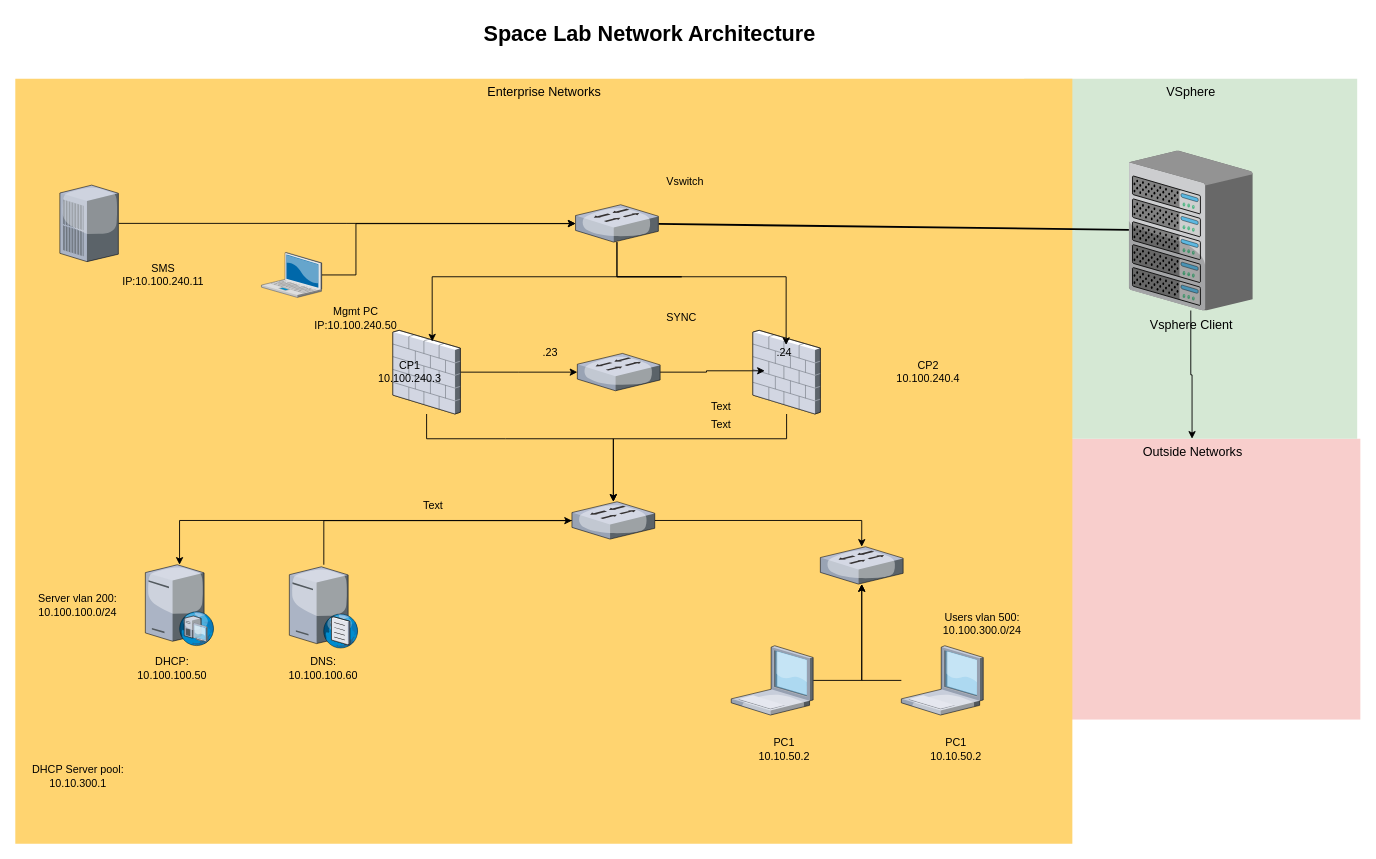
This is spacelab.drawio from Tsakaloos/Space-LAB, a draw.io file, before an edit. Source tidied: cells renumbered, new cells numbered last; positions are measured from the earlier drawing's top-left corner, leaving out a move shared by most shapes. Both pictures are drawn from the tidied source at 90%, with x=0, y=0 at pixel (15, 15).
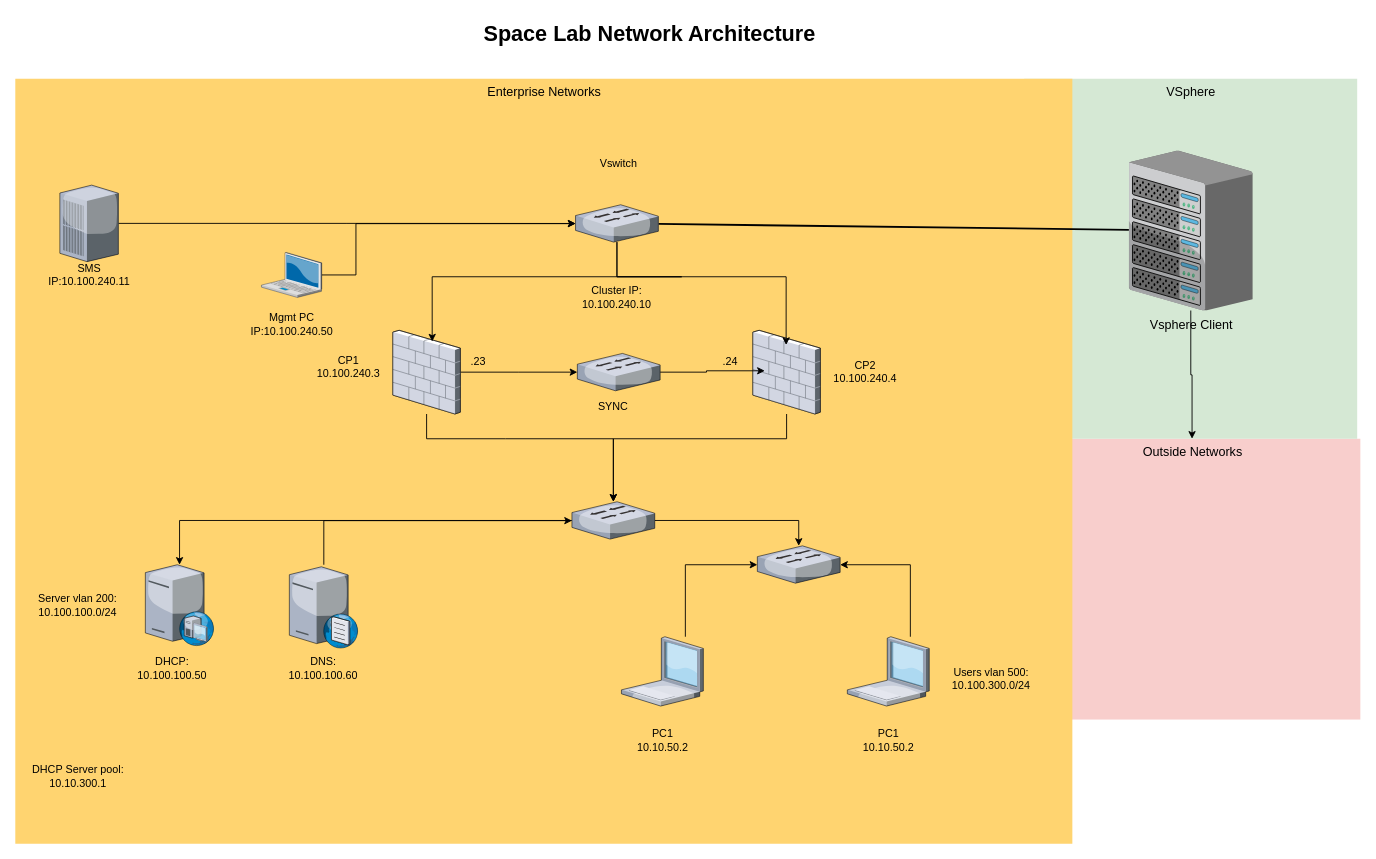
The same page after the edit.

Change to the diagram source:
```diff
@@
     <mxCell id="19" value="&lt;div&gt;CP1&lt;/div&gt;10.100.240.3" style="text;html=1;align=center;verticalAlign=middle;whiteSpace=wrap;rounded=0;" parent="1" vertex="1">
-      <mxGeometry x="407.5" y="381" width="60" height="30" as="geometry" />
+      <mxGeometry x="340" y="375.2" width="60" height="30" as="geometry" />
     </mxCell>
     <mxCell id="20" value="&lt;div&gt;SMS&lt;/div&gt;&lt;div&gt;IP:10.100.240.11&lt;/div&gt;" style="text;html=1;align=center;verticalAlign=middle;whiteSpace=wrap;rounded=0;" parent="1" vertex="1">
-      <mxGeometry x="134" y="273" width="60" height="30" as="geometry" />
+      <mxGeometry x="51.5" y="273.2" width="60" height="30" as="geometry" />
     </mxCell>
     <mxCell id="21" value="&lt;div&gt;Mgmt PC&lt;/div&gt;&lt;div&gt;IP:10.100.240.50&lt;/div&gt;" style="text;html=1;align=center;verticalAlign=middle;whiteSpace=wrap;rounded=0;" parent="1" vertex="1">
-      <mxGeometry x="347.5" y="321" width="60" height="30" as="geometry" />
+      <mxGeometry x="276.5" y="327.5" width="60" height="30" as="geometry" />
     </mxCell>
     <mxCell id="22" value="&lt;div&gt;CP2&lt;/div&gt;10.100.240.4" style="text;html=1;align=center;verticalAlign=middle;whiteSpace=wrap;rounded=0;" parent="1" vertex="1">
-      <mxGeometry x="984" y="381" width="60" height="30" as="geometry" />
+      <mxGeometry x="914" y="381" width="60" height="30" as="geometry" />
     </mxCell>
@@
     <mxCell id="25" value="SYNC" style="text;html=1;align=center;verticalAlign=middle;whiteSpace=wrap;rounded=0;" parent="1" vertex="1">
-      <mxGeometry x="710" y="321" width="60" height="30" as="geometry" />
+      <mxGeometry x="634" y="420" width="60" height="30" as="geometry" />
     </mxCell>
@@
     <mxCell id="29" value=".23" style="text;html=1;align=center;verticalAlign=middle;whiteSpace=wrap;rounded=0;" parent="1" vertex="1">
-      <mxGeometry x="564" y="360" width="60" height="30" as="geometry" />
+      <mxGeometry x="484" y="370" width="60" height="30" as="geometry" />
     </mxCell>
@@
     <mxCell id="32" value=".24" style="text;html=1;align=center;verticalAlign=middle;whiteSpace=wrap;rounded=0;" parent="1" vertex="1">
-      <mxGeometry x="824" y="360" width="60" height="30" as="geometry" />
+      <mxGeometry x="764" y="370" width="60" height="30" as="geometry" />
     </mxCell>
     <mxCell id="33" value="Vswitch" style="text;html=1;align=center;verticalAlign=middle;whiteSpace=wrap;rounded=0;" parent="1" vertex="1">
-      <mxGeometry x="714" y="170" width="60" height="30" as="geometry" />
+      <mxGeometry x="640" y="150" width="60" height="30" as="geometry" />
     </mxCell>
     <mxCell id="34" style="verticalLabelPosition=bottom;sketch=0;html=1;verticalAlign=top;strokeColor=none;align=center;outlineConnect=0;shape=mxgraph.citrix.switch;" parent="1" vertex="1">
-      <mxGeometry x="894" y="590" width="92" height="41.5" as="geometry" />
+      <mxGeometry x="824" y="589" width="92" height="41.5" as="geometry" />
     </mxCell>
@@
     <mxCell id="37" style="edgeStyle=orthogonalEdgeStyle;rounded=0;jettySize=auto;html=1;" parent="1" edge="1" source="38" target="34">
-      <mxGeometry relative="1" as="geometry" />
+      <mxGeometry relative="1" as="geometry">
+        <Array as="points">
+          <mxPoint x="744" y="610" />
+        </Array>
+      </mxGeometry>
     </mxCell>
     <mxCell id="38" style="verticalLabelPosition=bottom;sketch=0;html=1;verticalAlign=top;strokeColor=none;align=center;outlineConnect=0;shape=mxgraph.citrix.laptop_1;" parent="1" vertex="1">
-      <mxGeometry x="795" y="700" width="91" height="77" as="geometry" />
+      <mxGeometry x="673" y="690" width="91" height="77" as="geometry" />
     </mxCell>
     <mxCell id="39" style="edgeStyle=orthogonalEdgeStyle;rounded=0;jettySize=auto;html=1;" parent="1" edge="1" source="40" target="34">
       <mxGeometry relative="1" as="geometry">
         <Array as="points">
-          <mxPoint x="940" y="739" />
+          <mxPoint x="994" y="610" />
         </Array>
       </mxGeometry>
     </mxCell>
     <mxCell id="40" style="verticalLabelPosition=bottom;sketch=0;html=1;verticalAlign=top;strokeColor=none;align=center;outlineConnect=0;shape=mxgraph.citrix.laptop_1;" parent="1" vertex="1">
-      <mxGeometry x="984" y="700" width="91" height="77" as="geometry" />
+      <mxGeometry x="924" y="690" width="91" height="77" as="geometry" />
     </mxCell>
@@
-    <mxCell id="43" value="Text" style="text;html=1;align=center;verticalAlign=middle;whiteSpace=wrap;rounded=0;" parent="1" vertex="1">
-      <mxGeometry x="754" y="420" width="60" height="30" as="geometry" />
-    </mxCell>
@@
-    <mxCell id="45" value="Text" style="text;html=1;align=center;verticalAlign=middle;whiteSpace=wrap;rounded=0;" parent="1" vertex="1">
-      <mxGeometry x="434" y="530" width="60" height="30" as="geometry" />
-    </mxCell>
@@
     <mxCell id="47" value="Users vlan 500: 10.100.300.0/24" style="text;html=1;align=center;verticalAlign=middle;whiteSpace=wrap;rounded=0;" parent="1" vertex="1">
-      <mxGeometry x="1044" y="661" width="60" height="30" as="geometry" />
+      <mxGeometry x="1054" y="707" width="60" height="60" as="geometry" />
     </mxCell>
-    <mxCell id="48" value="Text" style="text;html=1;align=center;verticalAlign=middle;whiteSpace=wrap;rounded=0;" parent="1" vertex="1">
-      <mxGeometry x="754" y="440" width="60" height="30" as="geometry" />
+    <mxCell id="48" value="Cluster IP: 10.100.240.10" style="text;html=1;align=center;verticalAlign=middle;whiteSpace=wrap;rounded=0;" parent="1" vertex="1">
+      <mxGeometry x="638" y="297.5" width="60" height="30" as="geometry" />
     </mxCell>
     <mxCell id="49" value="&lt;div&gt;PC1&lt;/div&gt;&lt;div&gt;10.10.50.2&lt;/div&gt;" style="text;html=1;align=center;verticalAlign=middle;whiteSpace=wrap;rounded=0;" parent="1" vertex="1">
-      <mxGeometry x="824" y="800" width="60" height="30" as="geometry" />
+      <mxGeometry x="688.5" y="790" width="60" height="30" as="geometry" />
     </mxCell>
@@
     <mxCell id="51" value="&lt;div&gt;PC1&lt;/div&gt;&lt;div&gt;10.10.50.2&lt;/div&gt;" style="text;html=1;align=center;verticalAlign=middle;whiteSpace=wrap;rounded=0;" parent="1" vertex="1">
-      <mxGeometry x="1015" y="800" width="60" height="30" as="geometry" />
+      <mxGeometry x="939.5" y="790" width="60" height="30" as="geometry" />
     </mxCell>
```
